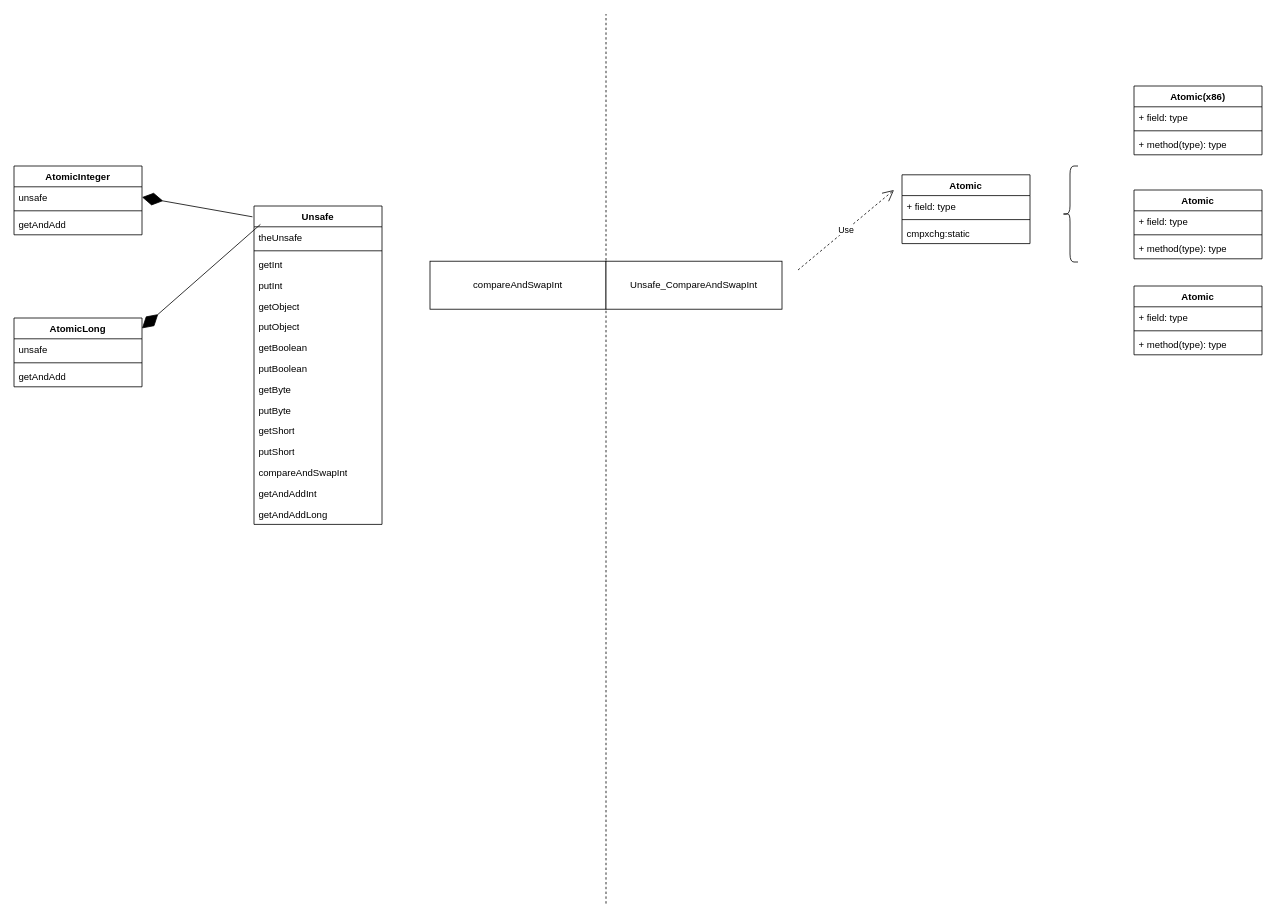
Before: draw/atomic.drawio in atlantiswang/draw, a draw.io diagram. Source tidied: cells renumbered, new cells numbered last; positions are measured from the earlier drawing's top-left corner, leaving out a move shared by most shapes. Both pictures are drawn from the tidied source at 80%, with x=0, y=0 at pixel (14, 14).
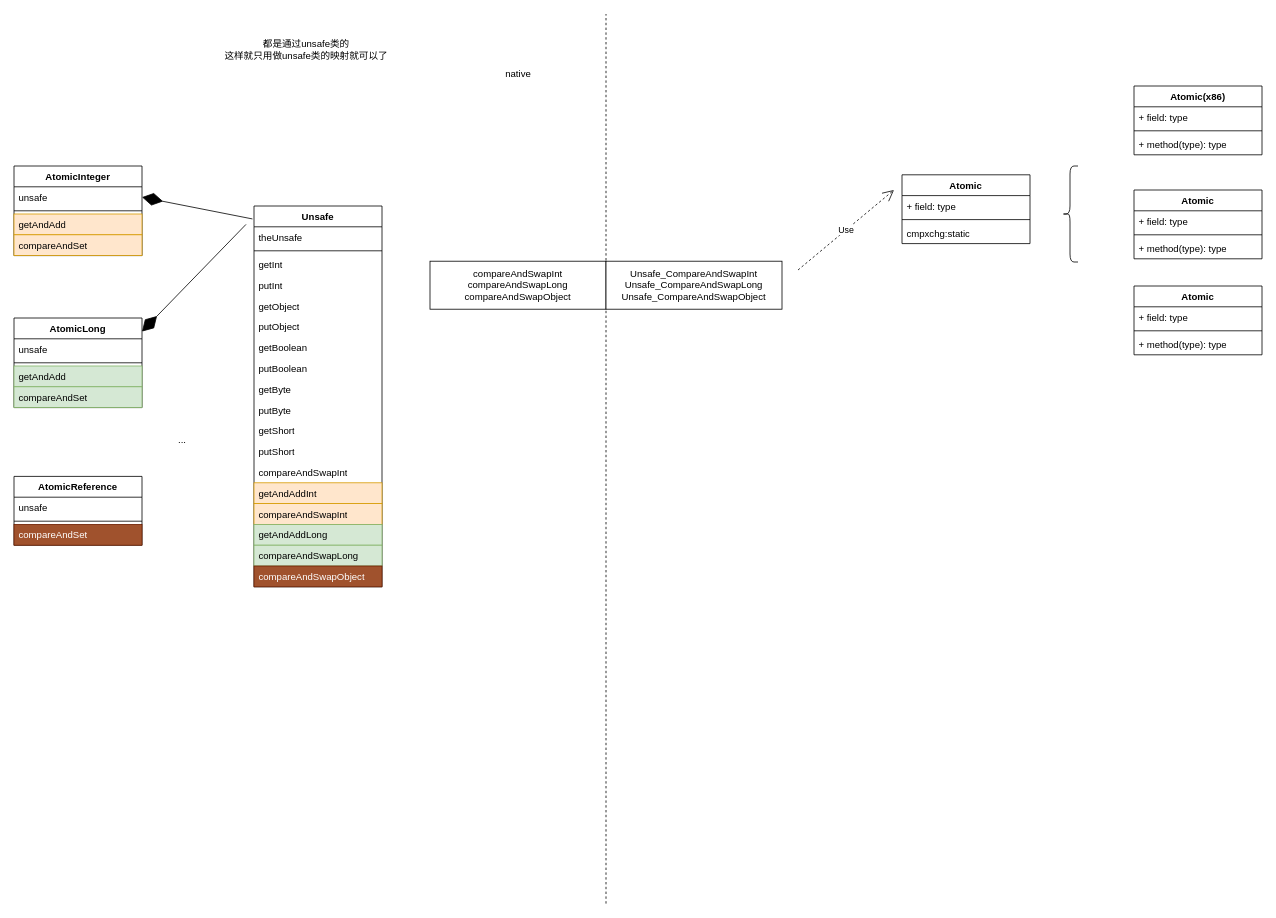
Above is the later version.

What changed in the source:
```diff
@@
     <mxCell id="3" value="Unsafe" style="swimlane;fontStyle=1;align=center;verticalAlign=top;horizontal=1;startSize=26;whiteSpace=wrap;" parent="1" vertex="1">
-      <mxGeometry x="300" y="240" width="160" height="398" as="geometry" />
+      <mxGeometry x="300" y="240" width="160" height="476" as="geometry" />
     </mxCell>
@@
-    <mxCell id="17" value="getAndAddInt" style="text;strokeColor=none;fillColor=none;align=left;verticalAlign=top;spacingLeft=4;spacingRight=4;overflow=hidden;whiteSpace=wrap;" parent="3" vertex="1">
+    <mxCell id="17" value="getAndAddInt" style="text;strokeColor=#d79b00;fillColor=#ffe6cc;align=left;verticalAlign=top;spacingLeft=4;spacingRight=4;overflow=hidden;whiteSpace=wrap;" parent="3" vertex="1">
       <mxGeometry y="346" width="160" height="26" as="geometry" />
     </mxCell>
+    <mxCell id="49" value="compareAndSwapInt" style="text;strokeColor=#d79b00;fillColor=#ffe6cc;align=left;verticalAlign=top;spacingLeft=4;spacingRight=4;overflow=hidden;whiteSpace=wrap;" parent="3" vertex="1">
+      <mxGeometry y="372" width="160" height="26" as="geometry" />
+    </mxCell>
-    <mxCell id="18" value="getAndAddLong" style="text;strokeColor=none;fillColor=none;align=left;verticalAlign=top;spacingLeft=4;spacingRight=4;overflow=hidden;whiteSpace=wrap;" parent="3" vertex="1">
-      <mxGeometry y="372" width="160" height="26" as="geometry" />
+    <mxCell id="18" value="getAndAddLong" style="text;strokeColor=#82b366;fillColor=#d5e8d4;align=left;verticalAlign=top;spacingLeft=4;spacingRight=4;overflow=hidden;whiteSpace=wrap;" parent="3" vertex="1">
+      <mxGeometry y="398" width="160" height="26" as="geometry" />
     </mxCell>
+    <mxCell id="50" value="compareAndSwapLong" style="text;strokeColor=#82b366;fillColor=#d5e8d4;align=left;verticalAlign=top;spacingLeft=4;spacingRight=4;overflow=hidden;whiteSpace=wrap;" parent="3" vertex="1">
+      <mxGeometry y="424" width="160" height="26" as="geometry" />
+    </mxCell>
+    <mxCell id="51" value="compareAndSwapObject" style="text;strokeColor=#6D1F00;fillColor=#a0522d;align=left;verticalAlign=top;spacingLeft=4;spacingRight=4;overflow=hidden;whiteSpace=wrap;fontColor=#ffffff;" parent="3" vertex="1">
+      <mxGeometry y="450" width="160" height="26" as="geometry" />
+    </mxCell>
     <mxCell id="19" value="AtomicInteger" style="swimlane;fontStyle=1;align=center;verticalAlign=top;horizontal=1;startSize=26;whiteSpace=wrap;" parent="1" vertex="1">
-      <mxGeometry y="190" width="160" height="86" as="geometry" />
+      <mxGeometry y="190" width="160" height="112" as="geometry" />
     </mxCell>
@@
-    <mxCell id="22" value="getAndAdd" style="text;strokeColor=none;fillColor=none;align=left;verticalAlign=top;spacingLeft=4;spacingRight=4;overflow=hidden;whiteSpace=wrap;" parent="19" vertex="1">
+    <mxCell id="22" value="getAndAdd" style="text;strokeColor=#d79b00;fillColor=#ffe6cc;align=left;verticalAlign=top;spacingLeft=4;spacingRight=4;overflow=hidden;whiteSpace=wrap;" parent="19" vertex="1">
       <mxGeometry y="60" width="160" height="26" as="geometry" />
     </mxCell>
+    <mxCell id="52" value="compareAndSet" style="text;strokeColor=#d79b00;fillColor=#ffe6cc;align=left;verticalAlign=top;spacingLeft=4;spacingRight=4;overflow=hidden;whiteSpace=wrap;" parent="19" vertex="1">
+      <mxGeometry y="86" width="160" height="26" as="geometry" />
+    </mxCell>
@@
-    <mxCell id="24" value="compareAndSwapInt" style="rounded=0;whiteSpace=wrap;" parent="1" vertex="1">
+    <mxCell id="24" value="compareAndSwapInt&#10;compareAndSwapLong&#10;compareAndSwapObject" style="rounded=0;whiteSpace=wrap;" parent="1" vertex="1">
       <mxGeometry x="520" y="309" width="220" height="60" as="geometry" />
     </mxCell>
-    <mxCell id="25" value="Unsafe_CompareAndSwapInt" style="rounded=0;whiteSpace=wrap;" parent="1" vertex="1">
+    <mxCell id="25" value="Unsafe_CompareAndSwapInt&#10;Unsafe_CompareAndSwapLong&#10;Unsafe_CompareAndSwapObject" style="rounded=0;whiteSpace=wrap;" parent="1" vertex="1">
       <mxGeometry x="740" y="309" width="220" height="60" as="geometry" />
     </mxCell>
@@
     <mxCell id="44" value="AtomicLong" style="swimlane;fontStyle=1;align=center;verticalAlign=top;horizontal=1;startSize=26;whiteSpace=wrap;" parent="1" vertex="1">
-      <mxGeometry y="380" width="160" height="86" as="geometry" />
+      <mxGeometry y="380" width="160" height="112" as="geometry" />
     </mxCell>
@@
-    <mxCell id="47" value="getAndAdd" style="text;strokeColor=none;fillColor=none;align=left;verticalAlign=top;spacingLeft=4;spacingRight=4;overflow=hidden;whiteSpace=wrap;" parent="44" vertex="1">
+    <mxCell id="47" value="getAndAdd" style="text;strokeColor=#82b366;fillColor=#d5e8d4;align=left;verticalAlign=top;spacingLeft=4;spacingRight=4;overflow=hidden;whiteSpace=wrap;" parent="44" vertex="1">
       <mxGeometry y="60" width="160" height="26" as="geometry" />
     </mxCell>
+    <mxCell id="53" value="compareAndSet" style="text;strokeColor=#82b366;fillColor=#d5e8d4;align=left;verticalAlign=top;spacingLeft=4;spacingRight=4;overflow=hidden;whiteSpace=wrap;" parent="44" vertex="1">
+      <mxGeometry y="86" width="160" height="26" as="geometry" />
+    </mxCell>
-    <mxCell id="48" style="endArrow=diamondThin;endFill=1;endSize=24;rounded=0;entryX=1;entryY=0.151;entryDx=0;entryDy=0;exitX=-0.012;exitY=0.034;exitDx=0;exitDy=0;exitPerimeter=0;entryPerimeter=0;" parent="1" edge="1" target="44">
+    <mxCell id="48" style="endArrow=diamondThin;endFill=1;endSize=24;rounded=0;entryX=1;entryY=0.151;entryDx=0;entryDy=0;entryPerimeter=0;" parent="1" edge="1" target="44">
       <mxGeometry relative="1" as="geometry">
-        <mxPoint x="308" y="263" as="sourcePoint" />
+        <mxPoint x="290" y="263" as="sourcePoint" />
       </mxGeometry>
     </mxCell>
+    <mxCell id="54" value="native" style="text;html=1;align=center;verticalAlign=middle;strokeColor=none;fillColor=none;" parent="1" vertex="1">
+      <mxGeometry x="600" y="60" width="60" height="30" as="geometry" />
+    </mxCell>
+    <mxCell id="55" value="AtomicReference" style="swimlane;fontStyle=1;align=center;verticalAlign=top;horizontal=1;startSize=26;whiteSpace=wrap;" parent="1" vertex="1">
+      <mxGeometry y="578" width="160" height="86" as="geometry" />
+    </mxCell>
+    <mxCell id="56" value="unsafe" style="text;strokeColor=none;fillColor=none;align=left;verticalAlign=top;spacingLeft=4;spacingRight=4;overflow=hidden;whiteSpace=wrap;" parent="55" vertex="1">
+      <mxGeometry y="26" width="160" height="26" as="geometry" />
+    </mxCell>
+    <mxCell id="57" style="line;strokeWidth=1;fillColor=none;align=left;verticalAlign=middle;spacingTop=-1;spacingLeft=3;spacingRight=3;labelPosition=right;strokeColor=inherit;" parent="55" vertex="1">
+      <mxGeometry y="52" width="160" height="8" as="geometry" />
+    </mxCell>
+    <mxCell id="58" value="compareAndSet" style="text;strokeColor=#6D1F00;fillColor=#a0522d;align=left;verticalAlign=top;spacingLeft=4;spacingRight=4;overflow=hidden;whiteSpace=wrap;fontColor=#ffffff;" parent="55" vertex="1">
+      <mxGeometry y="60" width="160" height="26" as="geometry" />
+    </mxCell>
+    <mxCell id="59" value="..." style="text;html=1;align=center;verticalAlign=middle;strokeColor=none;fillColor=none;" parent="1" vertex="1">
+      <mxGeometry x="195" y="518" width="30" height="30" as="geometry" />
+    </mxCell>
+    <mxCell id="60" value="都是通过unsafe类的&lt;br&gt;这样就只用做unsafe类的映射就可以了" style="text;html=1;align=center;verticalAlign=middle;strokeColor=none;fillColor=none;" parent="1" vertex="1">
+      <mxGeometry x="250" y="25" width="230" height="40" as="geometry" />
+    </mxCell>
```
